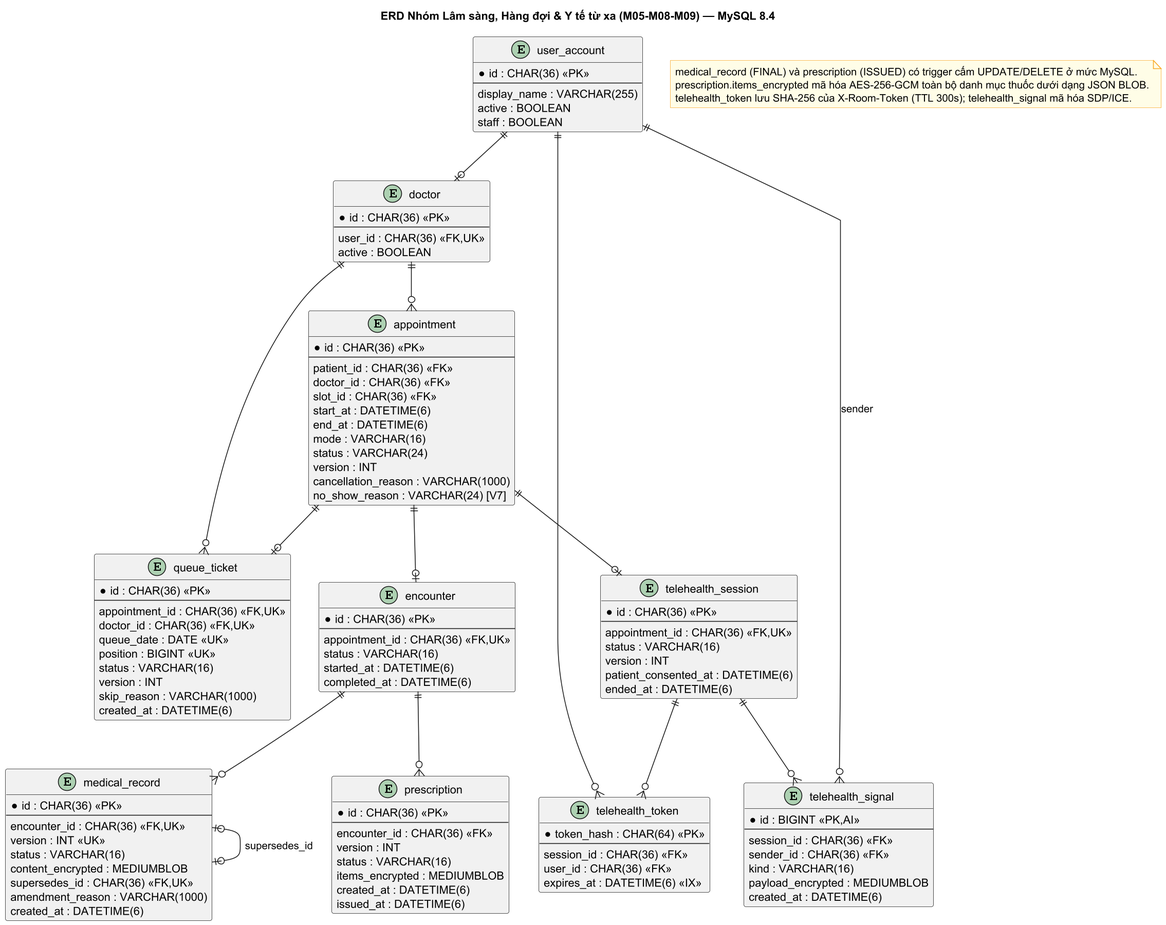
Samie32/SE-project keeps this PlantUML diagram as docs/design/database/erd-clinical.png. Above is the earlier version.
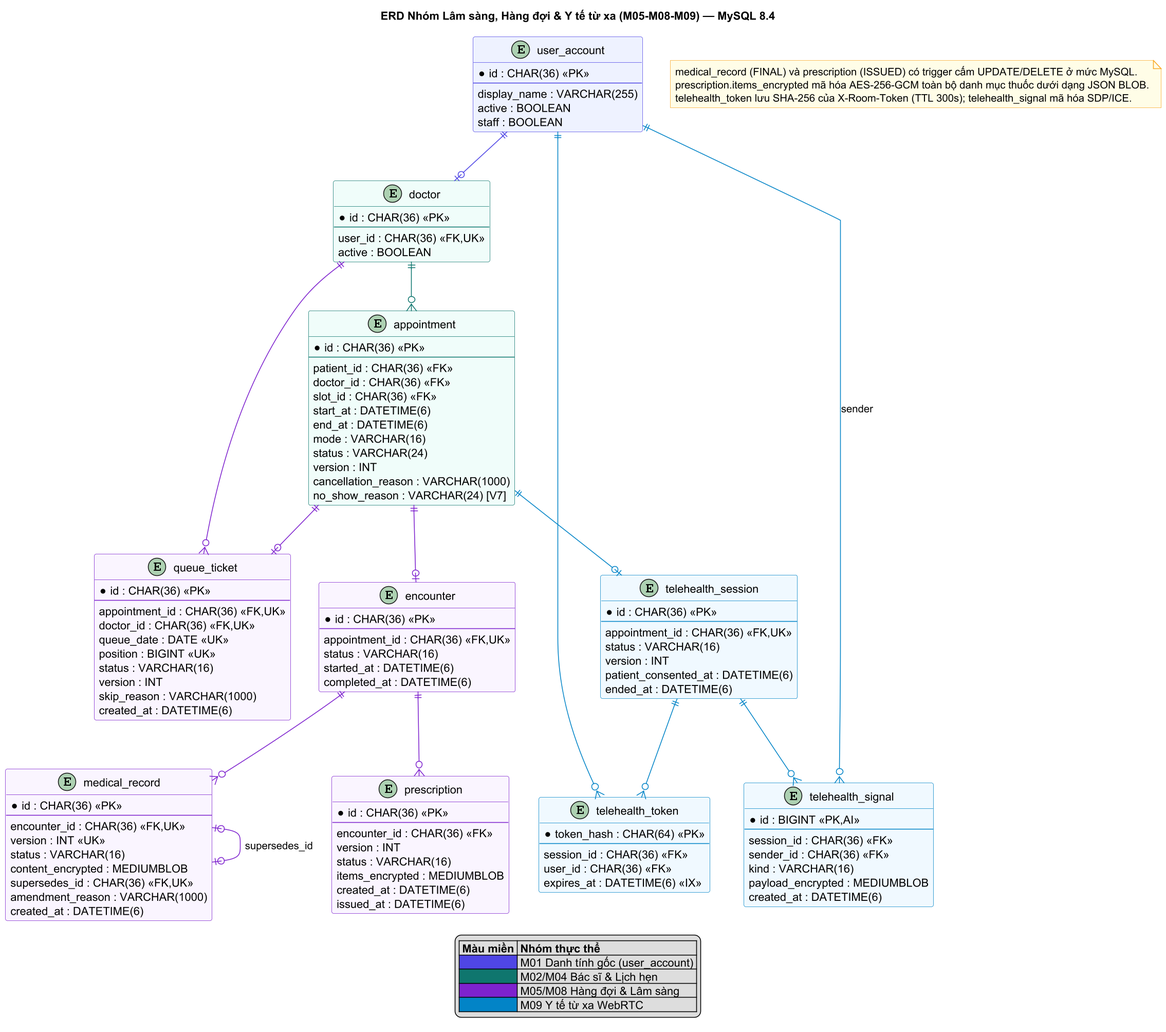
Later version of the same file.

The edit, as a diff of the source:
```diff
@@ -1,8 +1,5 @@
 @startuml erd-clinical
 skinparam entity {
-  BackgroundColor White
-  BorderColor #555
-  ArrowColor #333
   FontName Arial
   FontSize 10
 }
@@ -12,7 +9,7 @@
 skinparam dpi 150
 title ERD Nhóm Lâm sàng, Hàng đợi & Y tế từ xa (M05-M08-M09) — MySQL 8.4
 
-entity "user_account" as UA {
+entity "user_account" as UA #EEF2FF;line:4F46E5 {
   * id : CHAR(36) <<PK>>
   --
   display_name : VARCHAR(255)
@@ -20,14 +17,14 @@
   staff : BOOLEAN
 }
 
-entity "doctor" as D {
+entity "doctor" as D #F0FDFA;line:0F766E {
   * id : CHAR(36) <<PK>>
   --
   user_id : CHAR(36) <<FK,UK>>
   active : BOOLEAN
 }
 
-entity "appointment" as AP {
+entity "appointment" as AP #F0FDFA;line:0F766E {
   * id : CHAR(36) <<PK>>
   --
   patient_id : CHAR(36) <<FK>>
@@ -42,7 +39,7 @@
   no_show_reason : VARCHAR(24) [V7]
 }
 
-entity "queue_ticket" as QT {
+entity "queue_ticket" as QT #FAF5FF;line:7E22CE {
   * id : CHAR(36) <<PK>>
   --
   appointment_id : CHAR(36) <<FK,UK>>
@@ -55,7 +52,7 @@
   created_at : DATETIME(6)
 }
 
-entity "encounter" as EN {
+entity "encounter" as EN #FAF5FF;line:7E22CE {
   * id : CHAR(36) <<PK>>
   --
   appointment_id : CHAR(36) <<FK,UK>>
@@ -64,7 +61,7 @@
   completed_at : DATETIME(6)
 }
 
-entity "medical_record" as MR {
+entity "medical_record" as MR #FAF5FF;line:7E22CE {
   * id : CHAR(36) <<PK>>
   --
   encounter_id : CHAR(36) <<FK,UK>>
@@ -76,7 +73,7 @@
   created_at : DATETIME(6)
 }
 
-entity "prescription" as PR {
+entity "prescription" as PR #FAF5FF;line:7E22CE {
   * id : CHAR(36) <<PK>>
   --
   encounter_id : CHAR(36) <<FK>>
@@ -87,7 +84,7 @@
   issued_at : DATETIME(6)
 }
 
-entity "telehealth_session" as TS {
+entity "telehealth_session" as TS #F0F9FF;line:0284C7 {
   * id : CHAR(36) <<PK>>
   --
   appointment_id : CHAR(36) <<FK,UK>>
@@ -97,7 +94,7 @@
   ended_at : DATETIME(6)
 }
 
-entity "telehealth_token" as TT {
+entity "telehealth_token" as TT #F0F9FF;line:0284C7 {
   * token_hash : CHAR(64) <<PK>>
   --
   session_id : CHAR(36) <<FK>>
@@ -105,7 +102,7 @@
   expires_at : DATETIME(6) <<IX>>
 }
 
-entity "telehealth_signal" as TSG {
+entity "telehealth_signal" as TSG #F0F9FF;line:0284C7 {
   * id : BIGINT <<PK,AI>>
   --
   session_id : CHAR(36) <<FK>>
@@ -115,19 +112,20 @@
   created_at : DATETIME(6)
 }
 
-UA ||--o| D
-D ||--o{ AP
-D ||--o{ QT
-AP ||--o| QT
-AP ||--o| EN
-AP ||--o| TS
-EN ||--o{ MR
-MR |o--o| MR : supersedes_id
-EN ||--o{ PR
-TS ||--o{ TT
-TS ||--o{ TSG
-UA ||--o{ TT
-UA ||--o{ TSG : sender
+UA ||-[#4F46E5]-o| D
+D ||-[#0F766E]-o{ AP
+D ||-[#7E22CE]-o{ QT
+AP ||-[#7E22CE]-o| QT
+AP ||-[#7E22CE]-o| EN
+EN ||-[#7E22CE]-o{ MR
+MR |o-[#7E22CE]-o| MR : supersedes_id
+EN ||-[#7E22CE]-o{ PR
+
+AP ||-[#0284C7]-o| TS
+TS ||-[#0284C7]-o{ TT
+TS ||-[#0284C7]-o{ TSG
+UA ||-[#0284C7]-o{ TT
+UA ||-[#0284C7]-o{ TSG : sender
 
 note as N1
   medical_record (FINAL) và prescription (ISSUED) có trigger cấm UPDATE/DELETE ở mức MySQL.
@@ -135,4 +133,12 @@
   telehealth_token lưu SHA-256 của X-Room-Token (TTL 300s); telehealth_signal mã hóa SDP/ICE.
 end note
 
+legend bottom
+  |= Màu miền |= Nhóm thực thể |
+  |<#4F46E5>   | M01 Danh tính gốc (user_account) |
+  |<#0F766E>   | M02/M04 Bác sĩ & Lịch hẹn |
+  |<#7E22CE>   | M05/M08 Hàng đợi & Lâm sàng |
+  |<#0284C7>   | M09 Y tế từ xa WebRTC |
+endlegend
+
 @enduml
```
